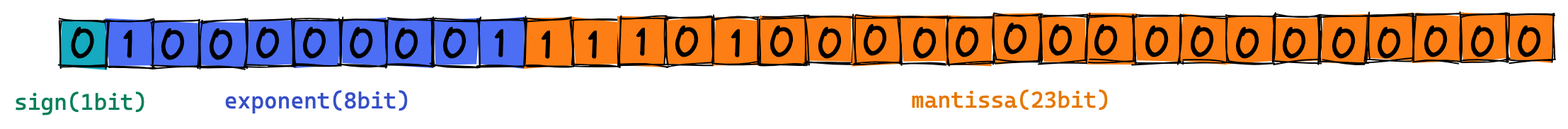
This is assets/img/post_img/floating_point.png from gguguk/gguguk.github.io, a Excalidraw export, as it was before one commit. Source tidied: one line per element, renumbered; positions are measured from the earlier drawing's top-left corner, leaving out a move shared by most shapes. Source of this version:
```json
{"id": 0, "type": "rectangle", "strokeColor": "#000000", "backgroundColor": "#15aabf", "fillStyle": "solid", "strokeWidth": 1, "roughness": 1, "x": 32, "y": 5, "width": 33, "height": 33}
{"id": 1, "type": "rectangle", "strokeColor": "#000000", "backgroundColor": "#4c6ef5", "fillStyle": "solid", "strokeWidth": 1, "roughness": 1, "x": 65, "y": 5, "width": 33, "height": 33}
{"id": 2, "type": "rectangle", "strokeColor": "#000000", "backgroundColor": "#4c6ef5", "fillStyle": "solid", "strokeWidth": 1, "roughness": 1, "x": 98, "y": 5, "width": 33, "height": 33}
{"id": 3, "type": "rectangle", "strokeColor": "#000000", "backgroundColor": "#4c6ef5", "fillStyle": "solid", "strokeWidth": 1, "roughness": 1, "x": 131, "y": 5, "width": 33, "height": 33}
{"id": 4, "type": "rectangle", "strokeColor": "#000000", "backgroundColor": "#4c6ef5", "fillStyle": "solid", "strokeWidth": 1, "roughness": 1, "x": 164, "y": 4, "width": 33, "height": 33}
{"id": 5, "type": "rectangle", "strokeColor": "#000000", "backgroundColor": "#4c6ef5", "fillStyle": "solid", "strokeWidth": 1, "roughness": 1, "x": 197, "y": 4, "width": 33, "height": 33}
{"id": 6, "type": "rectangle", "strokeColor": "#000000", "backgroundColor": "#4c6ef5", "fillStyle": "solid", "strokeWidth": 1, "roughness": 1, "x": 230, "y": 4, "width": 33, "height": 33}
{"id": 7, "type": "rectangle", "strokeColor": "#000000", "backgroundColor": "#4c6ef5", "fillStyle": "solid", "strokeWidth": 1, "roughness": 1, "x": 263, "y": 4, "width": 33, "height": 33}
{"id": 8, "type": "rectangle", "strokeColor": "#000000", "backgroundColor": "#4c6ef5", "fillStyle": "solid", "strokeWidth": 1, "roughness": 1, "x": 296, "y": 4, "width": 33, "height": 33}
{"id": 9, "type": "rectangle", "strokeColor": "#000000", "backgroundColor": "#4c6ef5", "fillStyle": "solid", "strokeWidth": 1, "roughness": 1, "x": 329, "y": 4, "width": 33, "height": 33}
{"id": 10, "type": "rectangle", "strokeColor": "#000000", "backgroundColor": "#fd7e14", "fillStyle": "solid", "strokeWidth": 1, "roughness": 1, "x": 362, "y": 4, "width": 33, "height": 33}
{"id": 11, "type": "rectangle", "strokeColor": "#000000", "backgroundColor": "#fd7e14", "fillStyle": "solid", "strokeWidth": 1, "roughness": 1, "x": 395, "y": 4, "width": 33, "height": 33}
{"id": 12, "type": "rectangle", "strokeColor": "#000000", "backgroundColor": "#fd7e14", "fillStyle": "solid", "strokeWidth": 1, "roughness": 1, "x": 428, "y": 3, "width": 33, "height": 33}
{"id": 13, "type": "rectangle", "strokeColor": "#000000", "backgroundColor": "#fd7e14", "fillStyle": "solid", "strokeWidth": 1, "roughness": 1, "x": 461, "y": 3, "width": 33, "height": 33}
{"id": 14, "type": "rectangle", "strokeColor": "#000000", "backgroundColor": "#fd7e14", "fillStyle": "solid", "strokeWidth": 1, "roughness": 1, "x": 494, "y": 3, "width": 33, "height": 33}
{"id": 15, "type": "rectangle", "strokeColor": "#000000", "backgroundColor": "#fd7e14", "fillStyle": "solid", "strokeWidth": 1, "roughness": 1, "x": 527, "y": 3, "width": 33, "height": 33}
{"id": 16, "type": "rectangle", "strokeColor": "#000000", "backgroundColor": "#fd7e14", "fillStyle": "solid", "strokeWidth": 1, "roughness": 1, "x": 560, "y": 2, "width": 33, "height": 33}
{"id": 17, "type": "rectangle", "strokeColor": "#000000", "backgroundColor": "#fd7e14", "fillStyle": "solid", "strokeWidth": 1, "roughness": 1, "x": 594, "y": 2, "width": 33, "height": 33}
{"id": 18, "type": "rectangle", "strokeColor": "#000000", "backgroundColor": "#fd7e14", "fillStyle": "solid", "strokeWidth": 1, "roughness": 1, "x": 626, "y": 2, "width": 33, "height": 33}
{"id": 19, "type": "rectangle", "strokeColor": "#000000", "backgroundColor": "#fd7e14", "fillStyle": "solid", "strokeWidth": 1, "roughness": 1, "x": 659, "y": 2, "width": 33, "height": 33}
{"id": 20, "type": "rectangle", "strokeColor": "#000000", "backgroundColor": "#fd7e14", "fillStyle": "solid", "strokeWidth": 1, "roughness": 1, "x": 692, "y": 1, "width": 33, "height": 33}
{"id": 21, "type": "rectangle", "strokeColor": "#000000", "backgroundColor": "#fd7e14", "fillStyle": "solid", "strokeWidth": 1, "roughness": 1, "x": 726, "y": 1, "width": 33, "height": 33}
{"id": 22, "type": "rectangle", "strokeColor": "#000000", "backgroundColor": "#fd7e14", "fillStyle": "solid", "strokeWidth": 1, "roughness": 1, "x": 758, "y": 1, "width": 33, "height": 33}
{"id": 23, "type": "rectangle", "strokeColor": "#000000", "backgroundColor": "#fd7e14", "fillStyle": "solid", "strokeWidth": 1, "roughness": 1, "x": 791, "y": 1, "width": 33, "height": 33}
{"id": 24, "type": "rectangle", "strokeColor": "#000000", "backgroundColor": "#fd7e14", "fillStyle": "solid", "strokeWidth": 1, "roughness": 1, "x": 824, "y": 1, "width": 33, "height": 33}
{"id": 25, "type": "rectangle", "strokeColor": "#000000", "backgroundColor": "#fd7e14", "fillStyle": "solid", "strokeWidth": 1, "roughness": 1, "x": 857, "y": 1, "width": 33, "height": 33}
{"id": 26, "type": "rectangle", "strokeColor": "#000000", "backgroundColor": "#fd7e14", "fillStyle": "solid", "strokeWidth": 1, "roughness": 1, "x": 890, "y": 1, "width": 33, "height": 33}
{"id": 27, "type": "rectangle", "strokeColor": "#000000", "backgroundColor": "#fd7e14", "fillStyle": "solid", "strokeWidth": 1, "roughness": 1, "x": 923, "y": 1, "width": 33, "height": 33}
{"id": 28, "type": "rectangle", "strokeColor": "#000000", "backgroundColor": "#fd7e14", "fillStyle": "solid", "strokeWidth": 1, "roughness": 1, "x": 956, "y": 0, "width": 33, "height": 33}
{"id": 29, "type": "rectangle", "strokeColor": "#000000", "backgroundColor": "#fd7e14", "fillStyle": "solid", "strokeWidth": 1, "roughness": 1, "x": 989, "y": 0, "width": 33, "height": 33}
{"id": 30, "type": "rectangle", "strokeColor": "#000000", "backgroundColor": "#fd7e14", "fillStyle": "solid", "strokeWidth": 1, "roughness": 1, "x": 1022, "y": 0, "width": 33, "height": 33}
{"id": 31, "type": "rectangle", "strokeColor": "#000000", "backgroundColor": "#fd7e14", "fillStyle": "solid", "strokeWidth": 1, "roughness": 1, "x": 1055, "y": 0, "width": 33, "height": 33}
{"id": 32, "type": "text", "text": "sign(1bit)", "strokeColor": "#087f5b", "backgroundColor": "#fd7e14", "fillStyle": "solid", "strokeWidth": 1, "roughness": 1, "fontSize": 16, "fontFamily": 3, "x": 0, "y": 52, "width": 94, "height": 19}
{"id": 33, "type": "text", "text": "exponent(8bit)", "strokeColor": "#364fc7", "backgroundColor": "#fd7e14", "fillStyle": "solid", "strokeWidth": 1, "roughness": 1, "fontSize": 16, "fontFamily": 3, "x": 148, "y": 52, "width": 131, "height": 19}
{"id": 34, "type": "text", "text": "mantissa(23bit)", "strokeColor": "#e67700", "backgroundColor": "#fd7e14", "fillStyle": "solid", "strokeWidth": 1, "roughness": 1, "fontSize": 16, "fontFamily": 3, "x": 633, "y": 51, "width": 141, "height": 19}
{"id": 35, "type": "text", "text": "0", "strokeColor": "#000000", "backgroundColor": "#fd7e14", "fillStyle": "solid", "strokeWidth": 1, "roughness": 1, "fontSize": 28, "fontFamily": 1, "x": 39, "y": 5, "width": 19, "height": 35}
{"id": 36, "type": "text", "text": "1", "strokeColor": "00000", "backgroundColor": "#fd7e14", "fillStyle": "solid", "strokeWidth": 1, "roughness": 1, "fontSize": 28, "fontFamily": 1, "textAlign": "center", "verticalAlign": "middle", "x": 77, "y": 5, "width": 8, "height": 35}
{"id": 37, "type": "text", "text": "0", "strokeColor": "00000", "backgroundColor": "#fd7e14", "fillStyle": "solid", "strokeWidth": 1, "roughness": 1, "fontSize": 28, "fontFamily": 1, "textAlign": "center", "verticalAlign": "middle", "x": 103, "y": 7, "width": 19, "height": 35}
{"id": 38, "type": "text", "text": "0", "strokeColor": "00000", "backgroundColor": "#fd7e14", "fillStyle": "solid", "strokeWidth": 1, "roughness": 1, "fontSize": 28, "fontFamily": 1, "textAlign": "center", "verticalAlign": "middle", "x": 137, "y": 7, "width": 19, "height": 35}
{"id": 39, "type": "text", "text": "0", "strokeColor": "00000", "backgroundColor": "#fd7e14", "fillStyle": "solid", "strokeWidth": 1, "roughness": 1, "fontSize": 28, "fontFamily": 1, "textAlign": "center", "verticalAlign": "middle", "x": 170, "y": 6, "width": 19, "height": 35}
{"id": 40, "type": "text", "text": "0", "strokeColor": "00000", "backgroundColor": "#fd7e14", "fillStyle": "solid", "strokeWidth": 1, "roughness": 1, "fontSize": 28, "fontFamily": 1, "textAlign": "center", "verticalAlign": "middle", "x": 203, "y": 6, "width": 19, "height": 35}
{"id": 41, "type": "text", "text": "0", "strokeColor": "00000", "backgroundColor": "#fd7e14", "fillStyle": "solid", "strokeWidth": 1, "roughness": 1, "fontSize": 28, "fontFamily": 1, "textAlign": "center", "verticalAlign": "middle", "x": 236, "y": 6, "width": 19, "height": 35}
{"id": 42, "type": "text", "text": "0", "strokeColor": "00000", "backgroundColor": "#fd7e14", "fillStyle": "solid", "strokeWidth": 1, "roughness": 1, "fontSize": 28, "fontFamily": 1, "textAlign": "center", "verticalAlign": "middle", "x": 268, "y": 6, "width": 19, "height": 35}
{"id": 43, "type": "text", "text": "0", "strokeColor": "00000", "backgroundColor": "#fd7e14", "fillStyle": "solid", "strokeWidth": 1, "roughness": 1, "fontSize": 28, "fontFamily": 1, "textAlign": "center", "verticalAlign": "middle", "x": 302, "y": 6, "width": 19, "height": 35}
{"id": 44, "type": "text", "text": "1", "strokeColor": "00000", "backgroundColor": "#fd7e14", "fillStyle": "solid", "strokeWidth": 1, "roughness": 1, "fontSize": 28, "fontFamily": 1, "textAlign": "center", "verticalAlign": "middle", "x": 339, "y": 5, "width": 8, "height": 35}
{"id": 45, "type": "text", "text": "1", "strokeColor": "00000", "backgroundColor": "#fd7e14", "fillStyle": "solid", "strokeWidth": 1, "roughness": 1, "fontSize": 28, "fontFamily": 1, "textAlign": "center", "verticalAlign": "middle", "x": 372, "y": 6, "width": 8, "height": 35}
{"id": 46, "type": "text", "text": "1", "strokeColor": "00000", "backgroundColor": "#fd7e14", "fillStyle": "solid", "strokeWidth": 1, "roughness": 1, "fontSize": 28, "fontFamily": 1, "textAlign": "center", "verticalAlign": "middle", "x": 405, "y": 6, "width": 8, "height": 35}
{"id": 47, "type": "text", "text": "1", "strokeColor": "00000", "backgroundColor": "#fd7e14", "fillStyle": "solid", "strokeWidth": 1, "roughness": 1, "fontSize": 28, "fontFamily": 1, "textAlign": "center", "verticalAlign": "middle", "x": 439, "y": 4, "width": 8, "height": 35}
{"id": 48, "type": "text", "text": "0", "strokeColor": "00000", "backgroundColor": "#fd7e14", "fillStyle": "solid", "strokeWidth": 1, "roughness": 1, "fontSize": 28, "fontFamily": 1, "textAlign": "center", "verticalAlign": "middle", "x": 466, "y": 5, "width": 19, "height": 35}
{"id": 49, "type": "text", "text": "1", "strokeColor": "00000", "backgroundColor": "#fd7e14", "fillStyle": "solid", "strokeWidth": 1, "roughness": 1, "fontSize": 28, "fontFamily": 1, "textAlign": "center", "verticalAlign": "middle", "x": 506, "y": 5, "width": 8, "height": 35}
{"id": 50, "type": "text", "text": "0", "strokeColor": "00000", "backgroundColor": "#fd7e14", "fillStyle": "solid", "strokeWidth": 1, "roughness": 1, "fontSize": 28, "fontFamily": 1, "textAlign": "center", "verticalAlign": "middle", "x": 533, "y": 5, "width": 19, "height": 35}
{"id": 51, "type": "text", "text": "0", "strokeColor": "00000", "backgroundColor": "#fd7e14", "fillStyle": "solid", "strokeWidth": 1, "roughness": 1, "fontSize": 28, "fontFamily": 1, "textAlign": "center", "verticalAlign": "middle", "x": 567, "y": 6, "width": 19, "height": 35}
{"id": 52, "type": "text", "text": "0", "strokeColor": "00000", "backgroundColor": "#fd7e14", "fillStyle": "solid", "strokeWidth": 1, "roughness": 1, "fontSize": 28, "fontFamily": 1, "textAlign": "center", "verticalAlign": "middle", "x": 599, "y": 4, "width": 19, "height": 35}
{"id": 53, "type": "text", "text": "0", "strokeColor": "00000", "backgroundColor": "#fd7e14", "fillStyle": "solid", "strokeWidth": 1, "roughness": 1, "fontSize": 28, "fontFamily": 1, "textAlign": "center", "verticalAlign": "middle", "x": 634, "y": 6, "width": 19, "height": 35}
{"id": 54, "type": "text", "text": "0", "strokeColor": "00000", "backgroundColor": "#fd7e14", "fillStyle": "solid", "strokeWidth": 1, "roughness": 1, "fontSize": 28, "fontFamily": 1, "textAlign": "center", "verticalAlign": "middle", "x": 664, "y": 5, "width": 19, "height": 35}
{"id": 55, "type": "text", "text": "0", "strokeColor": "00000", "backgroundColor": "#fd7e14", "fillStyle": "solid", "strokeWidth": 1, "roughness": 1, "fontSize": 28, "fontFamily": 1, "textAlign": "center", "verticalAlign": "middle", "x": 698, "y": 3, "width": 19, "height": 35}
{"id": 56, "type": "text", "text": "0", "strokeColor": "00000", "backgroundColor": "#fd7e14", "fillStyle": "solid", "strokeWidth": 1, "roughness": 1, "fontSize": 28, "fontFamily": 1, "textAlign": "center", "verticalAlign": "middle", "x": 730, "y": 4, "width": 19, "height": 35}
{"id": 57, "type": "text", "text": "0", "strokeColor": "00000", "backgroundColor": "#fd7e14", "fillStyle": "solid", "strokeWidth": 1, "roughness": 1, "fontSize": 28, "fontFamily": 1, "textAlign": "center", "verticalAlign": "middle", "x": 762, "y": 4, "width": 19, "height": 35}
{"id": 58, "type": "text", "text": "0", "strokeColor": "00000", "backgroundColor": "#fd7e14", "fillStyle": "solid", "strokeWidth": 1, "roughness": 1, "fontSize": 28, "fontFamily": 1, "textAlign": "center", "verticalAlign": "middle", "x": 798, "y": 5, "width": 19, "height": 35}
{"id": 59, "type": "text", "text": "0", "strokeColor": "00000", "backgroundColor": "#fd7e14", "fillStyle": "solid", "strokeWidth": 1, "roughness": 1, "fontSize": 28, "fontFamily": 1, "textAlign": "center", "verticalAlign": "middle", "x": 830, "y": 5, "width": 19, "height": 35}
{"id": 60, "type": "text", "text": "0", "strokeColor": "00000", "backgroundColor": "#fd7e14", "fillStyle": "solid", "strokeWidth": 1, "roughness": 1, "fontSize": 28, "fontFamily": 1, "textAlign": "center", "verticalAlign": "middle", "x": 862, "y": 6, "width": 19, "height": 35}
{"id": 61, "type": "text", "text": "0", "strokeColor": "00000", "backgroundColor": "#fd7e14", "fillStyle": "solid", "strokeWidth": 1, "roughness": 1, "fontSize": 28, "fontFamily": 1, "textAlign": "center", "verticalAlign": "middle", "x": 895, "y": 6, "width": 19, "height": 35}
{"id": 62, "type": "text", "text": "0", "strokeColor": "00000", "backgroundColor": "#fd7e14", "fillStyle": "solid", "strokeWidth": 1, "roughness": 1, "fontSize": 28, "fontFamily": 1, "textAlign": "center", "verticalAlign": "middle", "x": 930, "y": 6, "width": 19, "height": 35}
{"id": 63, "type": "text", "text": "0", "strokeColor": "00000", "backgroundColor": "#fd7e14", "fillStyle": "solid", "strokeWidth": 1, "roughness": 1, "fontSize": 28, "fontFamily": 1, "textAlign": "center", "verticalAlign": "middle", "x": 962, "y": 6, "width": 19, "height": 35}
{"id": 64, "type": "text", "text": "0", "strokeColor": "00000", "backgroundColor": "#fd7e14", "fillStyle": "solid", "strokeWidth": 1, "roughness": 1, "fontSize": 28, "fontFamily": 1, "textAlign": "center", "verticalAlign": "middle", "x": 995, "y": 5, "width": 19, "height": 35}
{"id": 65, "type": "text", "text": "0", "strokeColor": "00000", "backgroundColor": "#fd7e14", "fillStyle": "solid", "strokeWidth": 1, "roughness": 1, "fontSize": 28, "fontFamily": 1, "textAlign": "center", "verticalAlign": "middle", "x": 1028, "y": 5, "width": 19, "height": 35}
{"id": 66, "type": "text", "text": "0", "strokeColor": "00000", "backgroundColor": "#fd7e14", "fillStyle": "solid", "strokeWidth": 1, "roughness": 1, "fontSize": 28, "fontFamily": 1, "textAlign": "center", "verticalAlign": "middle", "x": 1061, "y": 5, "width": 19, "height": 35}
```
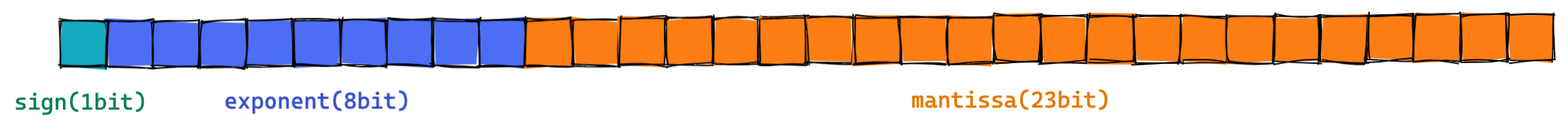
Later version of the same file.

The edit, as a diff of the source:
```diff
@@ -33,35 +33,3 @@
 {"id": 32, "type": "text", "text": "sign(1bit)", "strokeColor": "#087f5b", "backgroundColor": "#fd7e14", "fillStyle": "solid", "strokeWidth": 1, "roughness": 1, "fontSize": 16, "fontFamily": 3, "x": 0, "y": 52, "width": 94, "height": 19}
 {"id": 33, "type": "text", "text": "exponent(8bit)", "strokeColor": "#364fc7", "backgroundColor": "#fd7e14", "fillStyle": "solid", "strokeWidth": 1, "roughness": 1, "fontSize": 16, "fontFamily": 3, "x": 148, "y": 52, "width": 131, "height": 19}
 {"id": 34, "type": "text", "text": "mantissa(23bit)", "strokeColor": "#e67700", "backgroundColor": "#fd7e14", "fillStyle": "solid", "strokeWidth": 1, "roughness": 1, "fontSize": 16, "fontFamily": 3, "x": 633, "y": 51, "width": 141, "height": 19}
-{"id": 35, "type": "text", "text": "0", "strokeColor": "#000000", "backgroundColor": "#fd7e14", "fillStyle": "solid", "strokeWidth": 1, "roughness": 1, "fontSize": 28, "fontFamily": 1, "x": 39, "y": 5, "width": 19, "height": 35}
-{"id": 36, "type": "text", "text": "1", "strokeColor": "00000", "backgroundColor": "#fd7e14", "fillStyle": "solid", "strokeWidth": 1, "roughness": 1, "fontSize": 28, "fontFamily": 1, "textAlign": "center", "verticalAlign": "middle", "x": 77, "y": 5, "width": 8, "height": 35}
-{"id": 37, "type": "text", "text": "0", "strokeColor": "00000", "backgroundColor": "#fd7e14", "fillStyle": "solid", "strokeWidth": 1, "roughness": 1, "fontSize": 28, "fontFamily": 1, "textAlign": "center", "verticalAlign": "middle", "x": 103, "y": 7, "width": 19, "height": 35}
-{"id": 38, "type": "text", "text": "0", "strokeColor": "00000", "backgroundColor": "#fd7e14", "fillStyle": "solid", "strokeWidth": 1, "roughness": 1, "fontSize": 28, "fontFamily": 1, "textAlign": "center", "verticalAlign": "middle", "x": 137, "y": 7, "width": 19, "height": 35}
-{"id": 39, "type": "text", "text": "0", "strokeColor": "00000", "backgroundColor": "#fd7e14", "fillStyle": "solid", "strokeWidth": 1, "roughness": 1, "fontSize": 28, "fontFamily": 1, "textAlign": "center", "verticalAlign": "middle", "x": 170, "y": 6, "width": 19, "height": 35}
-{"id": 40, "type": "text", "text": "0", "strokeColor": "00000", "backgroundColor": "#fd7e14", "fillStyle": "solid", "strokeWidth": 1, "roughness": 1, "fontSize": 28, "fontFamily": 1, "textAlign": "center", "verticalAlign": "middle", "x": 203, "y": 6, "width": 19, "height": 35}
-{"id": 41, "type": "text", "text": "0", "strokeColor": "00000", "backgroundColor": "#fd7e14", "fillStyle": "solid", "strokeWidth": 1, "roughness": 1, "fontSize": 28, "fontFamily": 1, "textAlign": "center", "verticalAlign": "middle", "x": 236, "y": 6, "width": 19, "height": 35}
-{"id": 42, "type": "text", "text": "0", "strokeColor": "00000", "backgroundColor": "#fd7e14", "fillStyle": "solid", "strokeWidth": 1, "roughness": 1, "fontSize": 28, "fontFamily": 1, "textAlign": "center", "verticalAlign": "middle", "x": 268, "y": 6, "width": 19, "height": 35}
-{"id": 43, "type": "text", "text": "0", "strokeColor": "00000", "backgroundColor": "#fd7e14", "fillStyle": "solid", "strokeWidth": 1, "roughness": 1, "fontSize": 28, "fontFamily": 1, "textAlign": "center", "verticalAlign": "middle", "x": 302, "y": 6, "width": 19, "height": 35}
-{"id": 44, "type": "text", "text": "1", "strokeColor": "00000", "backgroundColor": "#fd7e14", "fillStyle": "solid", "strokeWidth": 1, "roughness": 1, "fontSize": 28, "fontFamily": 1, "textAlign": "center", "verticalAlign": "middle", "x": 339, "y": 5, "width": 8, "height": 35}
-{"id": 45, "type": "text", "text": "1", "strokeColor": "00000", "backgroundColor": "#fd7e14", "fillStyle": "solid", "strokeWidth": 1, "roughness": 1, "fontSize": 28, "fontFamily": 1, "textAlign": "center", "verticalAlign": "middle", "x": 372, "y": 6, "width": 8, "height": 35}
-{"id": 46, "type": "text", "text": "1", "strokeColor": "00000", "backgroundColor": "#fd7e14", "fillStyle": "solid", "strokeWidth": 1, "roughness": 1, "fontSize": 28, "fontFamily": 1, "textAlign": "center", "verticalAlign": "middle", "x": 405, "y": 6, "width": 8, "height": 35}
-{"id": 47, "type": "text", "text": "1", "strokeColor": "00000", "backgroundColor": "#fd7e14", "fillStyle": "solid", "strokeWidth": 1, "roughness": 1, "fontSize": 28, "fontFamily": 1, "textAlign": "center", "verticalAlign": "middle", "x": 439, "y": 4, "width": 8, "height": 35}
-{"id": 48, "type": "text", "text": "0", "strokeColor": "00000", "backgroundColor": "#fd7e14", "fillStyle": "solid", "strokeWidth": 1, "roughness": 1, "fontSize": 28, "fontFamily": 1, "textAlign": "center", "verticalAlign": "middle", "x": 466, "y": 5, "width": 19, "height": 35}
-{"id": 49, "type": "text", "text": "1", "strokeColor": "00000", "backgroundColor": "#fd7e14", "fillStyle": "solid", "strokeWidth": 1, "roughness": 1, "fontSize": 28, "fontFamily": 1, "textAlign": "center", "verticalAlign": "middle", "x": 506, "y": 5, "width": 8, "height": 35}
-{"id": 50, "type": "text", "text": "0", "strokeColor": "00000", "backgroundColor": "#fd7e14", "fillStyle": "solid", "strokeWidth": 1, "roughness": 1, "fontSize": 28, "fontFamily": 1, "textAlign": "center", "verticalAlign": "middle", "x": 533, "y": 5, "width": 19, "height": 35}
-{"id": 51, "type": "text", "text": "0", "strokeColor": "00000", "backgroundColor": "#fd7e14", "fillStyle": "solid", "strokeWidth": 1, "roughness": 1, "fontSize": 28, "fontFamily": 1, "textAlign": "center", "verticalAlign": "middle", "x": 567, "y": 6, "width": 19, "height": 35}
-{"id": 52, "type": "text", "text": "0", "strokeColor": "00000", "backgroundColor": "#fd7e14", "fillStyle": "solid", "strokeWidth": 1, "roughness": 1, "fontSize": 28, "fontFamily": 1, "textAlign": "center", "verticalAlign": "middle", "x": 599, "y": 4, "width": 19, "height": 35}
-{"id": 53, "type": "text", "text": "0", "strokeColor": "00000", "backgroundColor": "#fd7e14", "fillStyle": "solid", "strokeWidth": 1, "roughness": 1, "fontSize": 28, "fontFamily": 1, "textAlign": "center", "verticalAlign": "middle", "x": 634, "y": 6, "width": 19, "height": 35}
-{"id": 54, "type": "text", "text": "0", "strokeColor": "00000", "backgroundColor": "#fd7e14", "fillStyle": "solid", "strokeWidth": 1, "roughness": 1, "fontSize": 28, "fontFamily": 1, "textAlign": "center", "verticalAlign": "middle", "x": 664, "y": 5, "width": 19, "height": 35}
-{"id": 55, "type": "text", "text": "0", "strokeColor": "00000", "backgroundColor": "#fd7e14", "fillStyle": "solid", "strokeWidth": 1, "roughness": 1, "fontSize": 28, "fontFamily": 1, "textAlign": "center", "verticalAlign": "middle", "x": 698, "y": 3, "width": 19, "height": 35}
-{"id": 56, "type": "text", "text": "0", "strokeColor": "00000", "backgroundColor": "#fd7e14", "fillStyle": "solid", "strokeWidth": 1, "roughness": 1, "fontSize": 28, "fontFamily": 1, "textAlign": "center", "verticalAlign": "middle", "x": 730, "y": 4, "width": 19, "height": 35}
-{"id": 57, "type": "text", "text": "0", "strokeColor": "00000", "backgroundColor": "#fd7e14", "fillStyle": "solid", "strokeWidth": 1, "roughness": 1, "fontSize": 28, "fontFamily": 1, "textAlign": "center", "verticalAlign": "middle", "x": 762, "y": 4, "width": 19, "height": 35}
-{"id": 58, "type": "text", "text": "0", "strokeColor": "00000", "backgroundColor": "#fd7e14", "fillStyle": "solid", "strokeWidth": 1, "roughness": 1, "fontSize": 28, "fontFamily": 1, "textAlign": "center", "verticalAlign": "middle", "x": 798, "y": 5, "width": 19, "height": 35}
-{"id": 59, "type": "text", "text": "0", "strokeColor": "00000", "backgroundColor": "#fd7e14", "fillStyle": "solid", "strokeWidth": 1, "roughness": 1, "fontSize": 28, "fontFamily": 1, "textAlign": "center", "verticalAlign": "middle", "x": 830, "y": 5, "width": 19, "height": 35}
-{"id": 60, "type": "text", "text": "0", "strokeColor": "00000", "backgroundColor": "#fd7e14", "fillStyle": "solid", "strokeWidth": 1, "roughness": 1, "fontSize": 28, "fontFamily": 1, "textAlign": "center", "verticalAlign": "middle", "x": 862, "y": 6, "width": 19, "height": 35}
-{"id": 61, "type": "text", "text": "0", "strokeColor": "00000", "backgroundColor": "#fd7e14", "fillStyle": "solid", "strokeWidth": 1, "roughness": 1, "fontSize": 28, "fontFamily": 1, "textAlign": "center", "verticalAlign": "middle", "x": 895, "y": 6, "width": 19, "height": 35}
-{"id": 62, "type": "text", "text": "0", "strokeColor": "00000", "backgroundColor": "#fd7e14", "fillStyle": "solid", "strokeWidth": 1, "roughness": 1, "fontSize": 28, "fontFamily": 1, "textAlign": "center", "verticalAlign": "middle", "x": 930, "y": 6, "width": 19, "height": 35}
-{"id": 63, "type": "text", "text": "0", "strokeColor": "00000", "backgroundColor": "#fd7e14", "fillStyle": "solid", "strokeWidth": 1, "roughness": 1, "fontSize": 28, "fontFamily": 1, "textAlign": "center", "verticalAlign": "middle", "x": 962, "y": 6, "width": 19, "height": 35}
-{"id": 64, "type": "text", "text": "0", "strokeColor": "00000", "backgroundColor": "#fd7e14", "fillStyle": "solid", "strokeWidth": 1, "roughness": 1, "fontSize": 28, "fontFamily": 1, "textAlign": "center", "verticalAlign": "middle", "x": 995, "y": 5, "width": 19, "height": 35}
-{"id": 65, "type": "text", "text": "0", "strokeColor": "00000", "backgroundColor": "#fd7e14", "fillStyle": "solid", "strokeWidth": 1, "roughness": 1, "fontSize": 28, "fontFamily": 1, "textAlign": "center", "verticalAlign": "middle", "x": 1028, "y": 5, "width": 19, "height": 35}
-{"id": 66, "type": "text", "text": "0", "strokeColor": "00000", "backgroundColor": "#fd7e14", "fillStyle": "solid", "strokeWidth": 1, "roughness": 1, "fontSize": 28, "fontFamily": 1, "textAlign": "center", "verticalAlign": "middle", "x": 1061, "y": 5, "width": 19, "height": 35}
```
